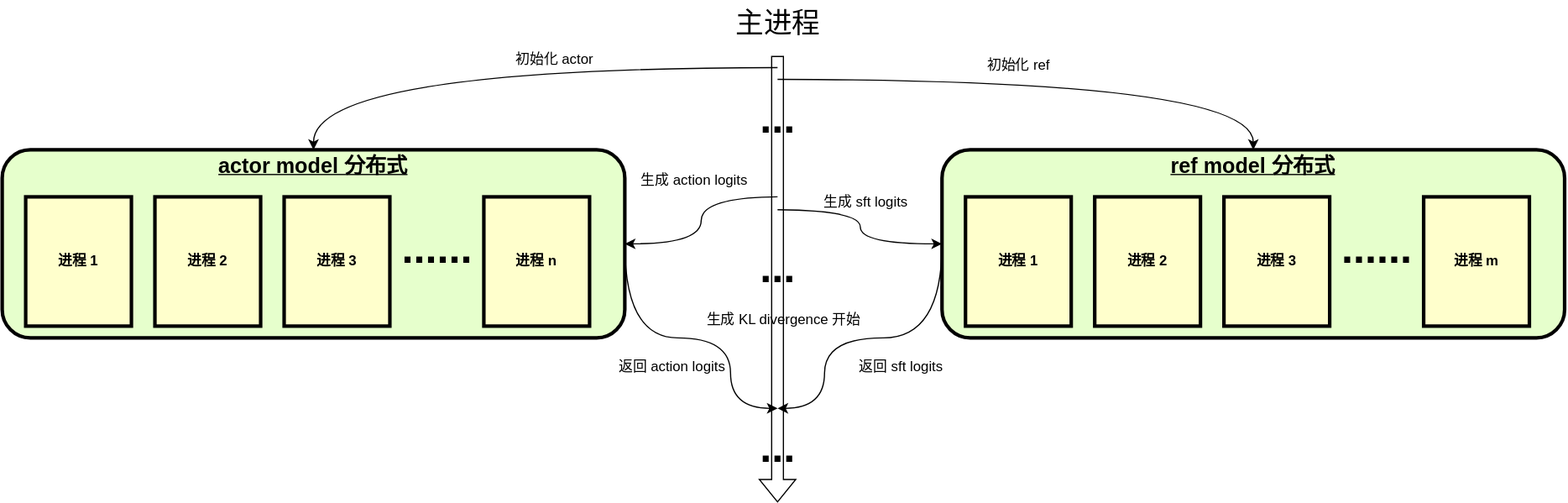
The draw.io diagram images/RLHF-parallel-code-pipeline.svg in cai-jianfeng/cai-jianfeng.github.io, before a commit. Source tidied: cells renumbered, new cells last; positions are measured from the earlier drawing's top-left corner, leaving out a move shared by most shapes. Its diagram source:
```xml
<mxGraphModel>
  <root>
    <mxCell id="0" />
    <mxCell id="1" parent="0" />
    <mxCell id="2" style="shape=flexArrow;endArrow=classic;html=1;rounded=0;curved=1;edgeStyle=orthogonalEdgeStyle;" parent="1" edge="1">
      <mxGeometry relative="1" as="geometry">
        <mxPoint x="660" y="47" as="sourcePoint" />
        <mxPoint x="660" y="427" as="targetPoint" />
      </mxGeometry>
    </mxCell>
    <mxCell id="3" value="&lt;font style=&quot;font-size: 24px;&quot;&gt;主进程&lt;/font&gt;" style="text;html=1;align=center;verticalAlign=middle;strokeColor=none;fillColor=none;" parent="1" vertex="1">
      <mxGeometry x="610" width="100" height="40" as="geometry" />
    </mxCell>
    <mxCell id="4" style="group;" parent="1" vertex="1">
      <mxGeometry y="127" width="530" height="160" as="geometry" />
    </mxCell>
    <mxCell id="5" style="edgeStyle=orthogonalEdgeStyle;curved=1;rounded=0;jettySize=auto;html=1;entryX=0.5;entryY=0;entryDx=0;entryDy=0;" parent="4" edge="1" target="6">
      <mxGeometry relative="1" as="geometry">
        <mxPoint x="660" y="-70" as="sourcePoint" />
      </mxGeometry>
    </mxCell>
    <mxCell id="6" value="&lt;p style=&quot;margin: 0px; margin-top: 4px; text-align: center; text-decoration: underline;&quot;&gt;&lt;font style=&quot;font-size: 18px;&quot;&gt;actor model 分布式&lt;/font&gt;&lt;/p&gt;" style="verticalAlign=middle;align=center;overflow=fill;fontSize=12;fontFamily=Helvetica;html=1;rounded=1;fontStyle=1;strokeWidth=3;fillColor=#E6FFCC;" parent="4" vertex="1">
      <mxGeometry width="530" height="160" as="geometry" />
    </mxCell>
    <mxCell id="7" value="进程 1" style="whiteSpace=wrap;align=center;verticalAlign=middle;fontStyle=1;strokeWidth=3;fillColor=#FFFFCC;" parent="4" vertex="1">
      <mxGeometry x="20" y="40" width="90" height="110" as="geometry" />
    </mxCell>
    <mxCell id="8" value="进程 2" style="whiteSpace=wrap;align=center;verticalAlign=middle;fontStyle=1;strokeWidth=3;fillColor=#FFFFCC;" parent="4" vertex="1">
      <mxGeometry x="130" y="40" width="90" height="110" as="geometry" />
    </mxCell>
    <mxCell id="9" value="进程 3" style="whiteSpace=wrap;align=center;verticalAlign=middle;fontStyle=1;strokeWidth=3;fillColor=#FFFFCC;" parent="4" vertex="1">
      <mxGeometry x="240" y="40" width="90" height="110" as="geometry" />
    </mxCell>
    <mxCell id="10" value="进程 n" style="whiteSpace=wrap;align=center;verticalAlign=middle;fontStyle=1;strokeWidth=3;fillColor=#FFFFCC;" parent="4" vertex="1">
      <mxGeometry x="410" y="40" width="90" height="110" as="geometry" />
    </mxCell>
    <mxCell id="11" value="&lt;b&gt;&lt;font style=&quot;font-size: 36px;&quot;&gt;......&lt;/font&gt;&lt;/b&gt;" style="text;html=1;align=center;verticalAlign=middle;strokeColor=none;fillColor=none;" parent="4" vertex="1">
      <mxGeometry x="330" y="54" width="80" height="60" as="geometry" />
    </mxCell>
    <mxCell id="12" style="edgeStyle=orthogonalEdgeStyle;curved=1;rounded=0;jettySize=auto;html=1;entryX=1;entryY=0.5;entryDx=0;entryDy=0;" parent="4" edge="1" target="6">
      <mxGeometry relative="1" as="geometry">
        <mxPoint x="660" y="40" as="sourcePoint" />
      </mxGeometry>
    </mxCell>
    <mxCell id="13" style="edgeStyle=orthogonalEdgeStyle;curved=1;rounded=0;jettySize=auto;html=1;entryX=0;entryY=0.5;entryDx=0;entryDy=0;" parent="4" edge="1" target="16">
      <mxGeometry relative="1" as="geometry">
        <mxPoint x="660" y="51" as="sourcePoint" />
      </mxGeometry>
    </mxCell>
    <mxCell id="14" style="edgeStyle=orthogonalEdgeStyle;curved=1;rounded=0;jettySize=auto;html=1;exitX=1;exitY=0.5;exitDx=0;exitDy=0;" parent="4" edge="1" source="6">
      <mxGeometry relative="1" as="geometry">
        <mxPoint x="660" y="220" as="targetPoint" />
        <Array as="points">
          <mxPoint x="530" y="160" />
          <mxPoint x="620" y="160" />
          <mxPoint x="620" y="220" />
        </Array>
      </mxGeometry>
    </mxCell>
    <mxCell id="15" style="group;" parent="1" vertex="1">
      <mxGeometry x="800" y="127" width="530" height="160" as="geometry" />
    </mxCell>
    <mxCell id="16" value="&lt;p style=&quot;margin: 0px; margin-top: 4px; text-align: center; text-decoration: underline;&quot;&gt;&lt;font style=&quot;font-size: 18px;&quot;&gt;ref model 分布式&lt;/font&gt;&lt;/p&gt;" style="verticalAlign=middle;align=center;overflow=fill;fontSize=12;fontFamily=Helvetica;html=1;rounded=1;fontStyle=1;strokeWidth=3;fillColor=#E6FFCC;" parent="15" vertex="1">
      <mxGeometry width="530" height="160" as="geometry" />
    </mxCell>
    <mxCell id="17" value="进程 1" style="whiteSpace=wrap;align=center;verticalAlign=middle;fontStyle=1;strokeWidth=3;fillColor=#FFFFCC;" parent="15" vertex="1">
      <mxGeometry x="20" y="40" width="90" height="110" as="geometry" />
    </mxCell>
    <mxCell id="18" value="进程 2" style="whiteSpace=wrap;align=center;verticalAlign=middle;fontStyle=1;strokeWidth=3;fillColor=#FFFFCC;" parent="15" vertex="1">
      <mxGeometry x="130" y="40" width="90" height="110" as="geometry" />
    </mxCell>
    <mxCell id="19" value="进程 3" style="whiteSpace=wrap;align=center;verticalAlign=middle;fontStyle=1;strokeWidth=3;fillColor=#FFFFCC;" parent="15" vertex="1">
      <mxGeometry x="240" y="40" width="90" height="110" as="geometry" />
    </mxCell>
    <mxCell id="20" value="进程 m" style="whiteSpace=wrap;align=center;verticalAlign=middle;fontStyle=1;strokeWidth=3;fillColor=#FFFFCC;" parent="15" vertex="1">
      <mxGeometry x="410" y="40" width="90" height="110" as="geometry" />
    </mxCell>
    <mxCell id="21" value="&lt;b&gt;&lt;font style=&quot;font-size: 36px;&quot;&gt;......&lt;/font&gt;&lt;/b&gt;" style="text;html=1;align=center;verticalAlign=middle;strokeColor=none;fillColor=none;" parent="15" vertex="1">
      <mxGeometry x="330" y="54" width="80" height="60" as="geometry" />
    </mxCell>
    <mxCell id="22" value="初始化 actor" style="text;html=1;align=center;verticalAlign=middle;strokeColor=none;fillColor=none;" parent="1" vertex="1">
      <mxGeometry x="425" y="35" width="90" height="30" as="geometry" />
    </mxCell>
    <mxCell id="23" style="edgeStyle=orthogonalEdgeStyle;curved=1;rounded=0;jettySize=auto;html=1;entryX=0.5;entryY=0;entryDx=0;entryDy=0;" parent="1" edge="1" target="16">
      <mxGeometry relative="1" as="geometry">
        <mxPoint x="660" y="67" as="sourcePoint" />
      </mxGeometry>
    </mxCell>
    <mxCell id="24" value="初始化 ref" style="text;html=1;align=center;verticalAlign=middle;strokeColor=none;fillColor=none;" parent="1" vertex="1">
      <mxGeometry x="825" y="40" width="80" height="30" as="geometry" />
    </mxCell>
    <mxCell id="25" value="生成 action logits" style="text;html=1;align=center;verticalAlign=middle;strokeColor=none;fillColor=none;" parent="1" vertex="1">
      <mxGeometry x="534" y="138" width="110" height="30" as="geometry" />
    </mxCell>
    <mxCell id="26" value="生成 sft logits" style="text;html=1;align=center;verticalAlign=middle;strokeColor=none;fillColor=none;" parent="1" vertex="1">
      <mxGeometry x="690" y="157" width="90" height="30" as="geometry" />
    </mxCell>
    <mxCell id="27" value="生成 KL divergence 开始" style="text;html=1;align=center;verticalAlign=middle;strokeColor=none;fillColor=none;" parent="1" vertex="1">
      <mxGeometry x="590" y="257" width="150" height="30" as="geometry" />
    </mxCell>
    <mxCell id="28" value="返回 action logits" style="text;html=1;align=center;verticalAlign=middle;strokeColor=none;fillColor=none;" parent="1" vertex="1">
      <mxGeometry x="515" y="297" width="110" height="30" as="geometry" />
    </mxCell>
    <mxCell id="29" style="edgeStyle=orthogonalEdgeStyle;curved=1;rounded=0;jettySize=auto;html=1;exitX=0;exitY=0.5;exitDx=0;exitDy=0;" parent="1" edge="1" source="16">
      <mxGeometry relative="1" as="geometry">
        <mxPoint x="660" y="347" as="targetPoint" />
        <Array as="points">
          <mxPoint x="800" y="287" />
          <mxPoint x="700" y="287" />
          <mxPoint x="700" y="347" />
        </Array>
      </mxGeometry>
    </mxCell>
    <mxCell id="30" value="返回 sft logits" style="text;html=1;align=center;verticalAlign=middle;strokeColor=none;fillColor=none;" parent="1" vertex="1">
      <mxGeometry x="720" y="297" width="90" height="30" as="geometry" />
    </mxCell>
    <mxCell id="31" value="&lt;b&gt;&lt;font style=&quot;font-size: 36px;&quot;&gt;...&lt;/font&gt;&lt;/b&gt;" style="text;html=1;align=center;verticalAlign=middle;strokeColor=none;fillColor=none;" parent="1" vertex="1">
      <mxGeometry x="635" y="70" width="50" height="60" as="geometry" />
    </mxCell>
    <mxCell id="32" value="&lt;b&gt;&lt;font style=&quot;font-size: 36px;&quot;&gt;...&lt;/font&gt;&lt;/b&gt;" style="text;html=1;align=center;verticalAlign=middle;strokeColor=none;fillColor=none;" parent="1" vertex="1">
      <mxGeometry x="635" y="197" width="50" height="60" as="geometry" />
    </mxCell>
    <mxCell id="33" value="&lt;b&gt;&lt;font style=&quot;font-size: 36px;&quot;&gt;...&lt;/font&gt;&lt;/b&gt;" style="text;html=1;align=center;verticalAlign=middle;strokeColor=none;fillColor=none;" parent="1" vertex="1">
      <mxGeometry x="635" y="350" width="50" height="60" as="geometry" />
    </mxCell>
  </root>
</mxGraphModel>
```
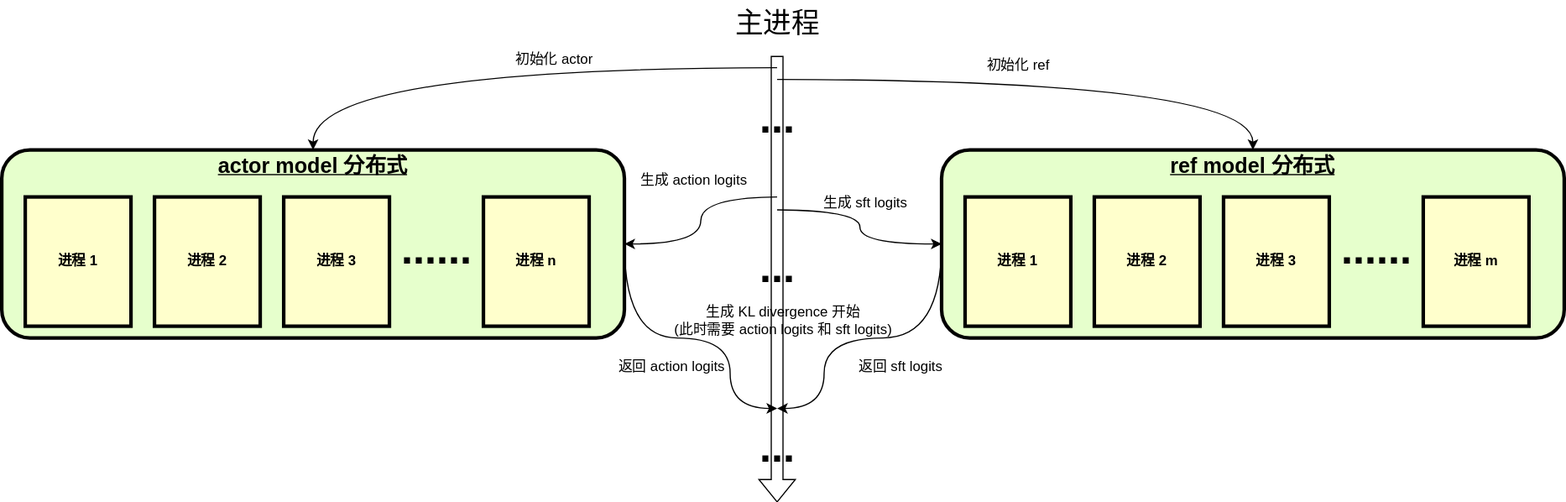
The same file after the commit.

Commit message:
update rlhf training pipeline blog

What changed in the source:
```diff
@@ -95,8 +95,8 @@
     <mxCell id="26" value="生成 sft logits" style="text;html=1;align=center;verticalAlign=middle;strokeColor=none;fillColor=none;" parent="1" vertex="1">
       <mxGeometry x="690" y="157" width="90" height="30" as="geometry" />
     </mxCell>
-    <mxCell id="27" value="生成 KL divergence 开始" style="text;html=1;align=center;verticalAlign=middle;strokeColor=none;fillColor=none;" parent="1" vertex="1">
-      <mxGeometry x="590" y="257" width="150" height="30" as="geometry" />
+    <mxCell id="27" value="生成 KL divergence 开始&lt;div&gt;(此时需要 action logits 和 sft logits)&lt;/div&gt;" style="text;html=1;align=center;verticalAlign=middle;strokeColor=none;fillColor=none;" parent="1" vertex="1">
+      <mxGeometry x="560" y="252" width="210" height="40" as="geometry" />
     </mxCell>
     <mxCell id="28" value="返回 action logits" style="text;html=1;align=center;verticalAlign=middle;strokeColor=none;fillColor=none;" parent="1" vertex="1">
       <mxGeometry x="515" y="297" width="110" height="30" as="geometry" />
```
